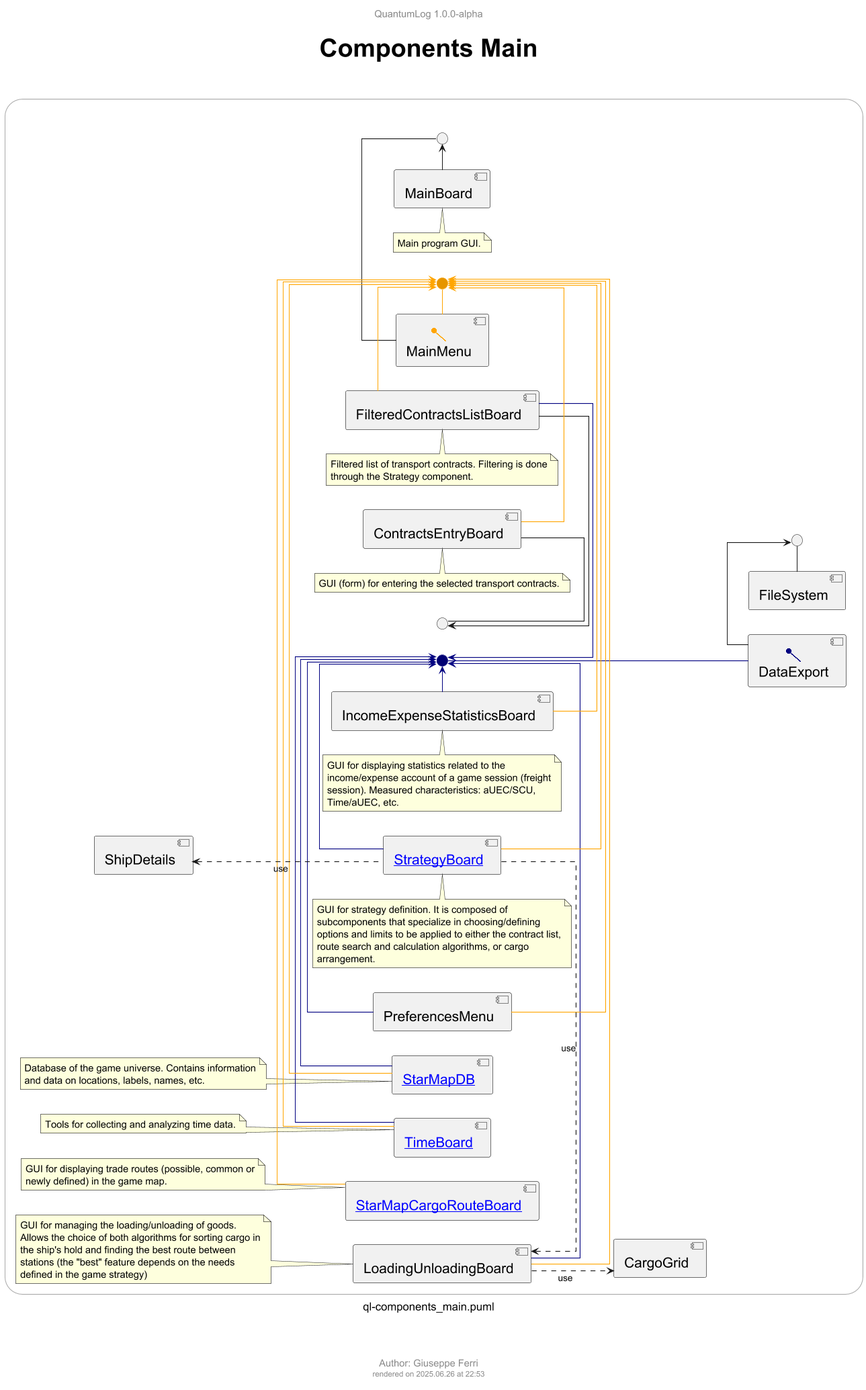
Above: docs/ql-diagram/ql-components/ql-components_main.png in JoeFerri/QuantumLog (PlantUML), before the change.
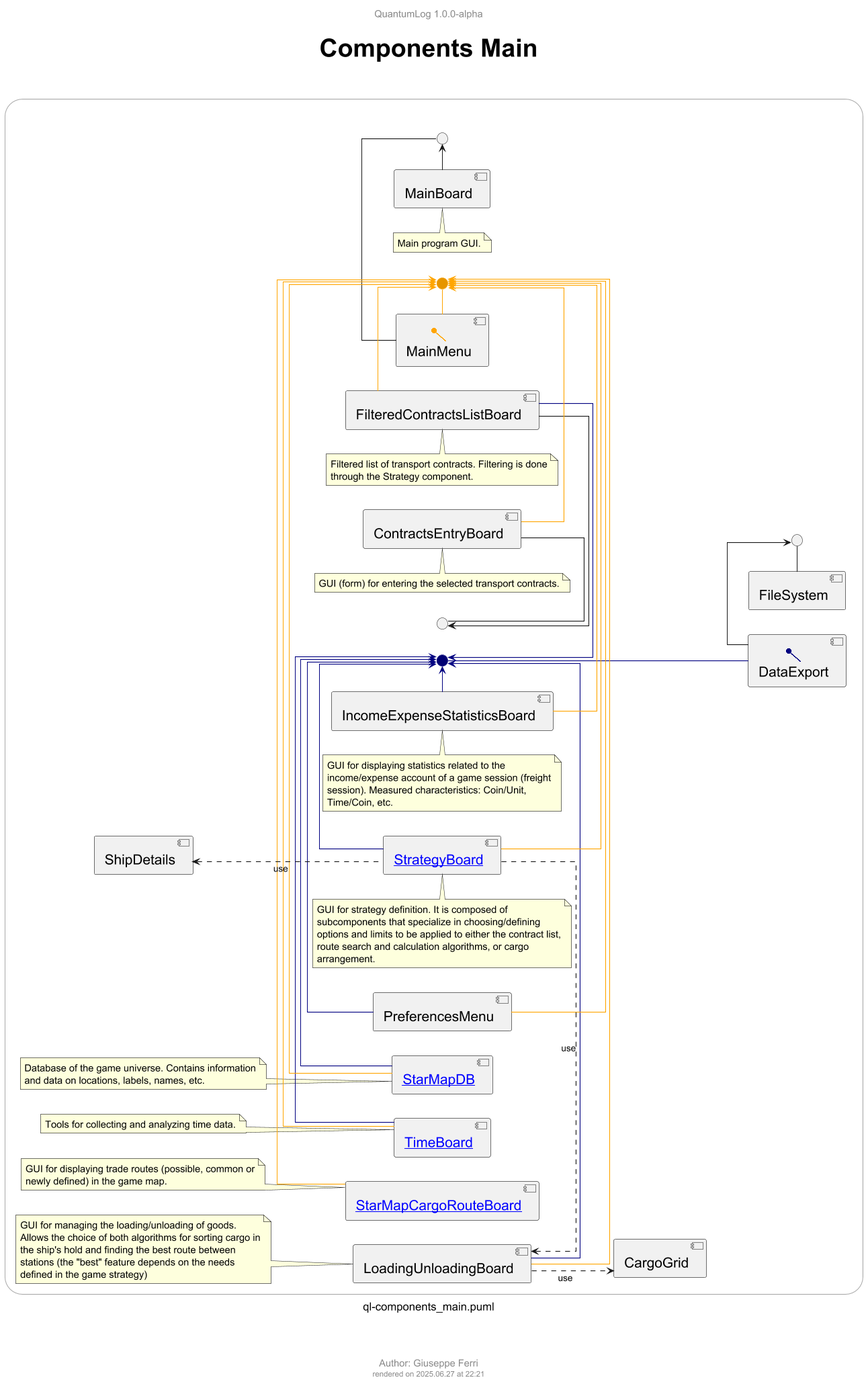
Later version of the same file.

Diff of the diagram source:
```diff
@@ -53,7 +53,7 @@
   }
 
   component [IncomeExpenseStatisticsBoard]
-    !$note = "GUI for displaying statistics related to the income/expense account of a game session (freight session). Measured characteristics: aUEC/SCU, Time/aUEC, etc."
+    !$note = "GUI for displaying statistics related to the income/expense account of a game session (freight session). Measured characteristics: Coin/Unit, Time/Coin, etc."
     $qlNoteRel(nIncomeExpenseStatisticsBoard, [IncomeExpenseStatisticsBoard], ".", $note)
 
   component [LoadingUnloadingBoard]
```
